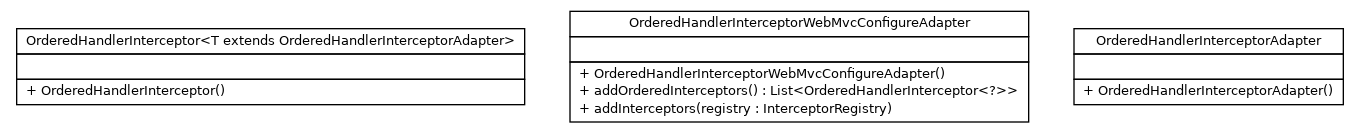
Above: release/build-docker/cloud-ready-parent/cloud-ready-parent-report-aggregate/apidocs/top/infra/web/servlet/handler/top.infra.web.servlet.handler.png in cloud-ready/cloud-ready (Graphviz), before the change. Its source is kept beside it as release/build-docker/cloud-ready-parent/cloud-ready-parent-report-aggregate/apidocs/top/infra/web/servlet/handler/top.infra.web.servlet.handler.dot.
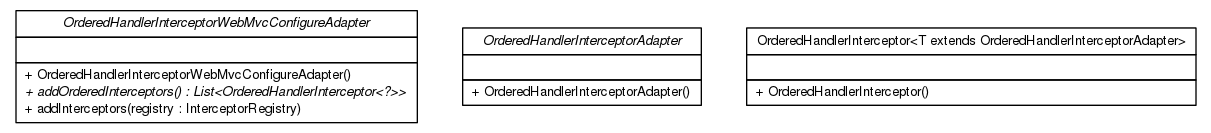
After the commit.

Change to the diagram source:
```diff
@@ -4,18 +4,7 @@
 	node [fontname="Helvetica",fontsize=10,shape=plaintext];
 	nodesep=0.25;
 	ranksep=0.5;
-	c0 [label=<<table title="top.infra.web.servlet.handler.OrderedHandlerInterceptor" border="0" cellborder="1" cellspacing="0" cellpadding="2" port="p" href="./OrderedHandlerInterceptor.html">
-		<tr><td><table border="0" cellspacing="0" cellpadding="1">
-<tr><td align="center" balign="center"> OrderedHandlerInterceptor&lt;T extends OrderedHandlerInterceptorAdapter&gt; </td></tr>
-		</table></td></tr>
-		<tr><td><table border="0" cellspacing="0" cellpadding="1">
-<tr><td align="left" balign="left">  </td></tr>
-		</table></td></tr>
-		<tr><td><table border="0" cellspacing="0" cellpadding="1">
-<tr><td align="left" balign="left"> + OrderedHandlerInterceptor() </td></tr>
-		</table></td></tr>
-		</table>>, URL="./OrderedHandlerInterceptor.html", fontname="Helvetica", fontcolor="black", fontsize=10.0];
-	c1 [label=<<table title="top.infra.web.servlet.handler.OrderedHandlerInterceptorWebMvcConfigureAdapter" border="0" cellborder="1" cellspacing="0" cellpadding="2" port="p" href="./OrderedHandlerInterceptorWebMvcConfigureAdapter.html">
+	c0 [label=<<table title="top.infra.web.servlet.handler.OrderedHandlerInterceptorWebMvcConfigureAdapter" border="0" cellborder="1" cellspacing="0" cellpadding="2" port="p" href="./OrderedHandlerInterceptorWebMvcConfigureAdapter.html">
 		<tr><td><table border="0" cellspacing="0" cellpadding="1">
 <tr><td align="center" balign="center"><font face="Helvetica-Oblique"> OrderedHandlerInterceptorWebMvcConfigureAdapter </font></td></tr>
 		</table></td></tr>
@@ -28,7 +17,7 @@
 <tr><td align="left" balign="left"> + addInterceptors(registry : InterceptorRegistry) </td></tr>
 		</table></td></tr>
 		</table>>, URL="./OrderedHandlerInterceptorWebMvcConfigureAdapter.html", fontname="Helvetica", fontcolor="black", fontsize=10.0];
-	c2 [label=<<table title="top.infra.web.servlet.handler.OrderedHandlerInterceptorAdapter" border="0" cellborder="1" cellspacing="0" cellpadding="2" port="p" href="./OrderedHandlerInterceptorAdapter.html">
+	c1 [label=<<table title="top.infra.web.servlet.handler.OrderedHandlerInterceptorAdapter" border="0" cellborder="1" cellspacing="0" cellpadding="2" port="p" href="./OrderedHandlerInterceptorAdapter.html">
 		<tr><td><table border="0" cellspacing="0" cellpadding="1">
 <tr><td align="center" balign="center"><font face="Helvetica-Oblique"> OrderedHandlerInterceptorAdapter </font></td></tr>
 		</table></td></tr>
@@ -39,4 +28,15 @@
 <tr><td align="left" balign="left"> + OrderedHandlerInterceptorAdapter() </td></tr>
 		</table></td></tr>
 		</table>>, URL="./OrderedHandlerInterceptorAdapter.html", fontname="Helvetica", fontcolor="black", fontsize=10.0];
+	c2 [label=<<table title="top.infra.web.servlet.handler.OrderedHandlerInterceptor" border="0" cellborder="1" cellspacing="0" cellpadding="2" port="p" href="./OrderedHandlerInterceptor.html">
+		<tr><td><table border="0" cellspacing="0" cellpadding="1">
+<tr><td align="center" balign="center"> OrderedHandlerInterceptor&lt;T extends OrderedHandlerInterceptorAdapter&gt; </td></tr>
+		</table></td></tr>
+		<tr><td><table border="0" cellspacing="0" cellpadding="1">
+<tr><td align="left" balign="left">  </td></tr>
+		</table></td></tr>
+		<tr><td><table border="0" cellspacing="0" cellpadding="1">
+<tr><td align="left" balign="left"> + OrderedHandlerInterceptor() </td></tr>
+		</table></td></tr>
+		</table>>, URL="./OrderedHandlerInterceptor.html", fontname="Helvetica", fontcolor="black", fontsize=10.0];
 }
```
